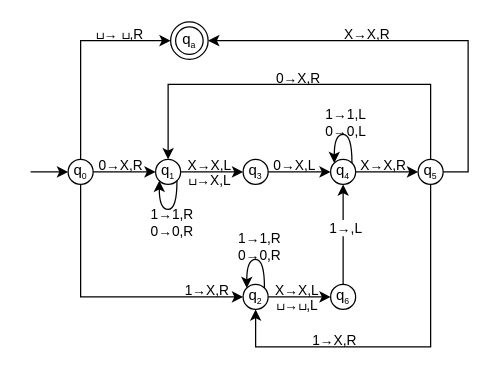
The draw.io diagram CSC 320/320A5Q1.drawio in amirabdullahi1/gold, before the edit. Source tidied: cells renumbered, new cells numbered last; positions are measured from the earlier drawing's top-left corner, leaving out a move shared by most shapes. Both pictures are drawn from the tidied source at 125%, with x=0, y=0 at pixel (30, 21).
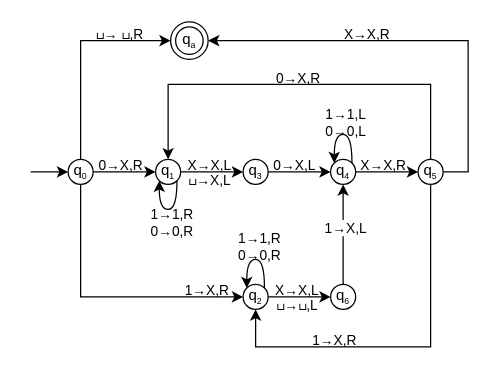
After the change.

Unchanged cells that the change refers to:
```xml
<mxCell id="36" style="rounded=0;jettySize=auto;html=1;entryX=0.5;entryY=1;entryDx=0;entryDy=0;" parent="1" edge="1" source="35" target="16">
  <mxGeometry relative="1" as="geometry" />
</mxCell>
```

What changed in the source:
```diff
@@
-    <mxCell id="37" value="1&lt;font face=&quot;Arial, sans-serif&quot;&gt;&lt;span style=&quot;white-space: pre-wrap;&quot;&gt;→,L&lt;/span&gt;&lt;/font&gt;" style="edgeLabel;html=1;align=center;verticalAlign=middle;labelBackgroundColor=default;" parent="36" vertex="1">
+    <mxCell id="37" value="1&lt;font face=&quot;Arial, sans-serif&quot;&gt;&lt;span style=&quot;white-space: pre-wrap;&quot;&gt;→X,L&lt;/span&gt;&lt;/font&gt;" style="edgeLabel;html=1;align=center;verticalAlign=middle;labelBackgroundColor=default;" parent="36" vertex="1">
       <mxGeometry x="0.16" y="-1" relative="1" as="geometry" />
     </mxCell>
```
